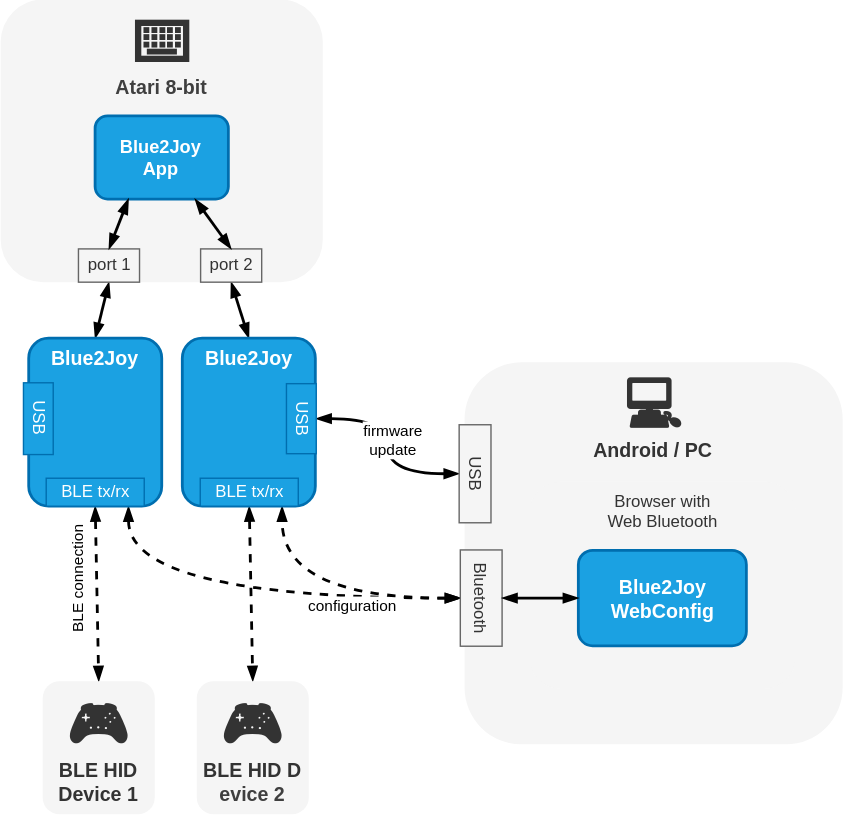
The draw.io diagram doc/images/sys.drawio.svg in cepetr/blue2joy, before a commit. Source tidied: cells renumbered, new cells last; positions are measured from the earlier drawing's top-left corner, leaving out a move shared by most shapes.
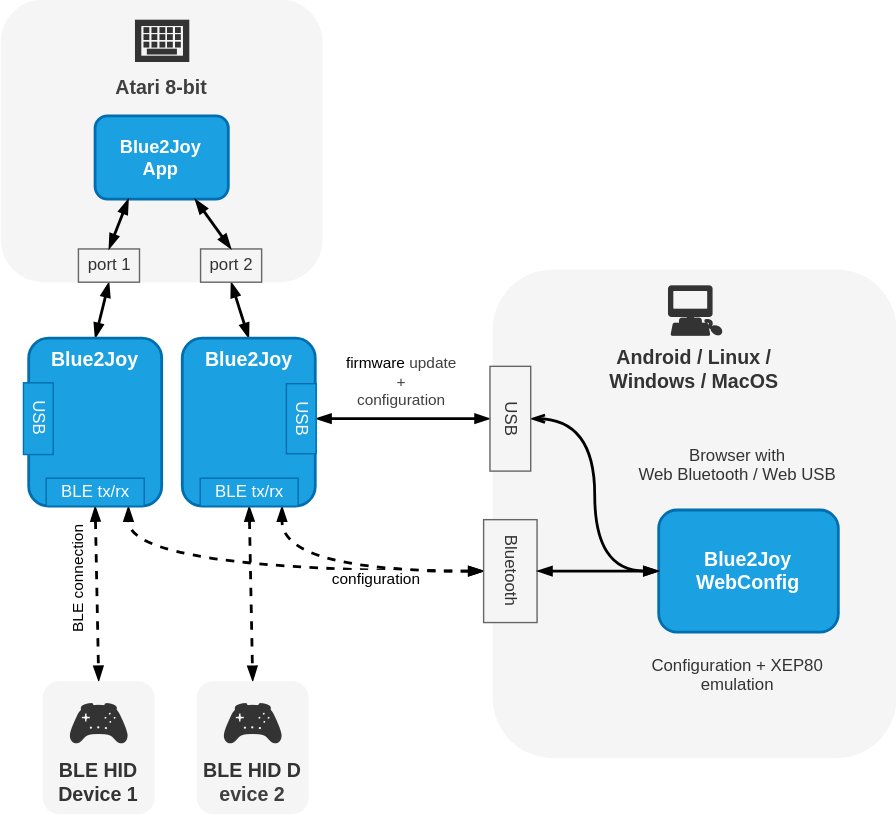
After the change.

What changed in the source:
```diff
@@ -1,4 +1,4 @@
-<mxGraphModel>
+<mxGraphModel background="#ffffff">
   <root>
     <mxCell id="0" />
     <mxCell id="1" parent="0" />
@@ -39,9 +39,9 @@
     <mxCell id="12" style="edgeStyle=orthogonalEdgeStyle;html=1;exitX=0.5;exitY=1;exitDx=0;exitDy=0;entryX=0.5;entryY=0;entryDx=0;entryDy=0;curved=1;endArrow=blockThin;endFill=1;strokeWidth=2;startArrow=blockThin;startFill=1;" parent="1" edge="1" source="30" target="21">
       <mxGeometry relative="1" as="geometry" />
     </mxCell>
-    <mxCell id="13" value="firmware&lt;div&gt;update&lt;/div&gt;" style="edgeLabel;html=1;align=center;verticalAlign=middle;" parent="12" vertex="1">
+    <mxCell id="13" value="firmware&amp;nbsp;&lt;span style=&quot;color: rgb(63, 63, 63); background-color: light-dark(#ffffff, var(--ge-dark-color, #121212));&quot;&gt;update &lt;br&gt;+&lt;br&gt;configuration&lt;/span&gt;" style="edgeLabel;html=1;align=center;verticalAlign=middle;" parent="12" vertex="1">
       <mxGeometry x="0.05" y="7" relative="1" as="geometry">
-        <mxPoint x="10" as="offset" />
+        <mxPoint x="1" y="-34" as="offset" />
       </mxGeometry>
     </mxCell>
     <mxCell id="14" style="group;" parent="1" vertex="1">
@@ -75,26 +75,32 @@
       <mxGeometry relative="1" as="geometry" />
     </mxCell>
     <mxCell id="24" style="group;" parent="1" vertex="1">
-      <mxGeometry x="330" y="282" width="271.2" height="250" as="geometry" />
+      <mxGeometry x="350" y="222" width="290" height="320" as="geometry" />
     </mxCell>
-    <mxCell id="25" value="&lt;font style=&quot;font-size: 40px;&quot;&gt;💻 &lt;/font&gt;&lt;br&gt;Android / PC" style="rounded=1;whiteSpace=wrap;html=1;align=center;verticalAlign=top;fillColor=#f5f5f5;strokeColor=none;strokeWidth=2;fontSize=14;fontStyle=1;fontColor=#333333;" parent="24" vertex="1">
-      <mxGeometry x="1.2" y="-22.7" width="270" height="272.7" as="geometry" />
+    <mxCell id="25" value="&lt;font style=&quot;font-size: 40px;&quot;&gt;💻 &lt;/font&gt;&lt;br&gt;Android / Linux / &lt;br&gt;Windows / MacOS" style="rounded=1;whiteSpace=wrap;html=1;align=center;verticalAlign=top;fillColor=#f5f5f5;strokeColor=none;strokeWidth=2;fontSize=14;fontStyle=1;fontColor=#333333;" parent="24" vertex="1">
+      <mxGeometry x="1.3" y="-29.1" width="288.7" height="349.1" as="geometry" />
     </mxCell>
-    <mxCell id="26" value="Browser with &lt;br&gt;Web Bluetooth" style="rounded=1;whiteSpace=wrap;html=1;align=center;verticalAlign=top;fillColor=#f5f5f5;strokeColor=none;strokeWidth=2;fontColor=#333333;" parent="24" vertex="1">
-      <mxGeometry x="47.5" y="62.5" width="190" height="147.7" as="geometry" />
+    <mxCell id="26" value="Browser with &lt;br&gt;Web Bluetooth / Web USB" style="rounded=1;whiteSpace=wrap;html=1;align=center;verticalAlign=top;fillColor=#f5f5f5;strokeColor=none;strokeWidth=2;fontColor=#333333;" parent="24" vertex="1">
+      <mxGeometry x="90" y="90" width="173.1" height="40" as="geometry" />
     </mxCell>
     <mxCell id="27" value="Blue2Joy&lt;br&gt;WebConfig" style="rounded=1;whiteSpace=wrap;html=1;fillColor=#1ba1e2;fontColor=#ffffff;strokeColor=#006EAF;strokeWidth=2;fontSize=14;fontStyle=1;" parent="24" vertex="1">
-      <mxGeometry x="82.5" y="111.5" width="120" height="68.2" as="geometry" />
+      <mxGeometry x="120" y="142.7" width="128.3" height="87.3" as="geometry" />
     </mxCell>
     <mxCell id="28" value="Bluetooth" style="rounded=0;whiteSpace=wrap;html=1;rotation=90;fillColor=#f5f5f5;strokeColor=#666666;fontColor=#333333;" parent="24" vertex="1">
-      <mxGeometry x="-21.2" y="130.7" width="68.8" height="29.8" as="geometry" />
+      <mxGeometry x="-22.7" y="167.3" width="73.5" height="38.2" as="geometry" />
     </mxCell>
     <mxCell id="29" style="edgeStyle=orthogonalEdgeStyle;html=1;exitX=0;exitY=0.5;exitDx=0;exitDy=0;entryX=0.5;entryY=0;entryDx=0;entryDy=0;curved=1;strokeWidth=2;endArrow=blockThin;endFill=1;startArrow=blockThin;startFill=1;" parent="24" edge="1" source="27" target="28">
       <mxGeometry relative="1" as="geometry" />
     </mxCell>
+    <mxCell id="38" style="edgeStyle=orthogonalEdgeStyle;html=1;exitX=0.5;exitY=0;exitDx=0;exitDy=0;entryX=0;entryY=0.5;entryDx=0;entryDy=0;curved=1;strokeWidth=2;endArrow=blockThin;endFill=1;startArrow=openThin;startFill=0;" parent="24" edge="1" source="30" target="27">
+      <mxGeometry relative="1" as="geometry" />
+    </mxCell>
     <mxCell id="30" value="USB" style="rounded=0;whiteSpace=wrap;html=1;fillColor=#f5f5f5;strokeColor=#666666;rotation=90;fontColor=#333333;" parent="24" vertex="1">
-      <mxGeometry x="-26.2" y="45.5" width="70" height="22.7" as="geometry" />
+      <mxGeometry x="-23.4" y="63" width="74.8" height="29.1" as="geometry" />
     </mxCell>
+    <mxCell id="39" value="Configuration + XEP80 emulation" style="rounded=1;whiteSpace=wrap;html=1;align=center;verticalAlign=top;fillColor=#f5f5f5;strokeColor=none;strokeWidth=2;fontColor=#333333;" parent="24" vertex="1">
+      <mxGeometry x="90" y="240" width="173.1" height="40" as="geometry" />
+    </mxCell>
     <mxCell id="31" style="group;fontColor=#FFFFFF;" parent="1" vertex="1">
       <mxGeometry y="12" width="230" height="190" as="geometry" />
     </mxCell>
```
